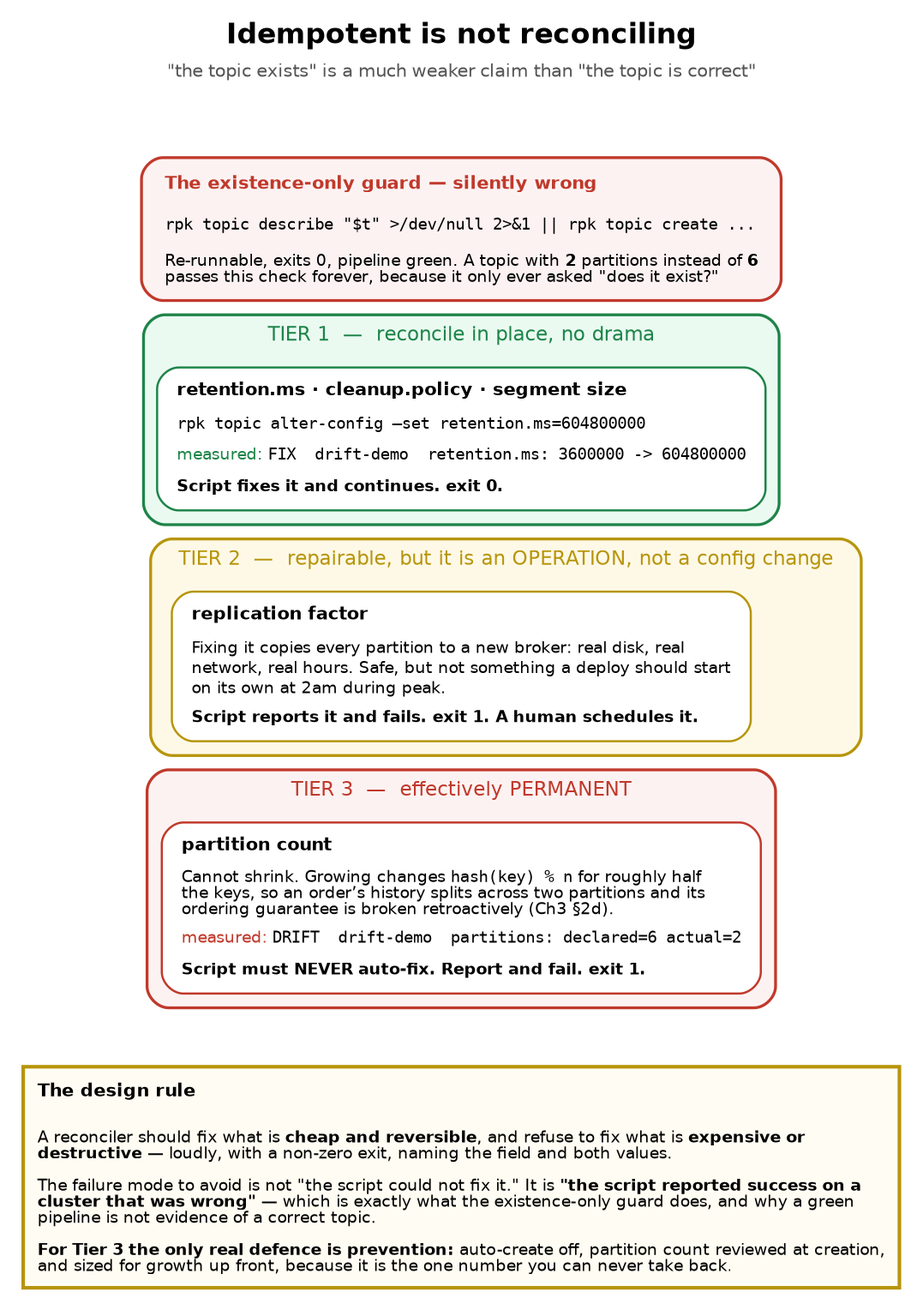
Above: education/images/ch04_fig3_drift_tiers.png in fiberoptix/home-lab-setup (Graphviz), before the change. Its source is kept beside it as education/diagrams/ch04_fig3_drift_tiers.dot. The source it was exported from:
```dot

digraph drift_tiers {
  rankdir=TB;
  bgcolor="white";
  node  [fontname="Helvetica", fontsize=10, shape=box, style="filled,rounded", penwidth=1.2];
  edge  [fontname="Helvetica", fontsize=9];
  graph [fontname="Helvetica", fontsize=11];

  title [shape=plaintext, style="", fillcolor="none", label=<
    <TABLE BORDER="0" CELLBORDER="0" CELLSPACING="0">
      <TR><TD><FONT POINT-SIZE="16"><B>Idempotent is not reconciling</B></FONT></TD></TR>
      <TR><TD><FONT POINT-SIZE="10" COLOR="#555555">"the topic exists" is a much weaker claim than "the topic is correct"</FONT></TD></TR>
    </TABLE>>];

  naive [fillcolor="#fdf2f2", color="#c0392b", penwidth=1.6, label=<
    <TABLE BORDER="0" CELLBORDER="0" CELLSPACING="0" CELLPADDING="5">
      <TR><TD ALIGN="LEFT" BALIGN="LEFT"><FONT COLOR="#c0392b"><B>The existence-only guard &#8212; silently wrong</B></FONT></TD></TR>
      <TR><TD ALIGN="LEFT" BALIGN="LEFT"><FONT FACE="Courier" POINT-SIZE="9">rpk topic describe "$t" &gt;/dev/null 2&gt;&amp;1 || rpk topic create ...</FONT></TD></TR>
      <TR><TD ALIGN="LEFT" BALIGN="LEFT"><FONT POINT-SIZE="9">Re-runnable, exits 0, pipeline green. A topic with <B>2</B> partitions instead of <B>6</B><BR/>passes this check forever, because it only ever asked "does it exist?"</FONT></TD></TR>
    </TABLE>>];

  subgraph cluster_t1 {
    label="  TIER 1  —  reconcile in place, no drama  ";
    style="filled,rounded"; fillcolor="#eafaf1"; color="#1e8449"; fontcolor="#1e8449"; penwidth=1.6;

    t1 [fillcolor="#ffffff", color="#1e8449", label=<
      <TABLE BORDER="0" CELLBORDER="0" CELLSPACING="0" CELLPADDING="3">
        <TR><TD ALIGN="LEFT" BALIGN="LEFT"><B>retention.ms &#183; cleanup.policy &#183; segment size</B></TD></TR>
        <TR><TD ALIGN="LEFT" BALIGN="LEFT"><FONT FACE="Courier" POINT-SIZE="9">rpk topic alter-config &#8212;set retention.ms=604800000</FONT></TD></TR>
        <TR><TD ALIGN="LEFT" BALIGN="LEFT"><FONT POINT-SIZE="9" COLOR="#1e8449">measured:</FONT> <FONT FACE="Courier" POINT-SIZE="9">FIX  drift-demo  retention.ms: 3600000 -&gt; 604800000</FONT></TD></TR>
        <TR><TD ALIGN="LEFT" BALIGN="LEFT"><FONT POINT-SIZE="9"><B>Script fixes it and continues. exit 0.</B></FONT></TD></TR>
      </TABLE>>];
  }

  subgraph cluster_t2 {
    label="  TIER 2  —  repairable, but it is an OPERATION, not a config change  ";
    style="filled,rounded"; fillcolor="#fef9e7"; color="#b7950b"; fontcolor="#b7950b"; penwidth=1.6;

    t2 [fillcolor="#ffffff", color="#b7950b", label=<
      <TABLE BORDER="0" CELLBORDER="0" CELLSPACING="0" CELLPADDING="3">
        <TR><TD ALIGN="LEFT" BALIGN="LEFT"><B>replication factor</B></TD></TR>
        <TR><TD ALIGN="LEFT" BALIGN="LEFT"><FONT POINT-SIZE="9">Fixing it copies every partition to a new broker: real disk, real<BR/>network, real hours. Safe, but not something a deploy should start<BR/>on its own at 2am during peak.</FONT></TD></TR>
        <TR><TD ALIGN="LEFT" BALIGN="LEFT"><FONT POINT-SIZE="9"><B>Script reports it and fails. exit 1. A human schedules it.</B></FONT></TD></TR>
      </TABLE>>];
  }

  subgraph cluster_t3 {
    label="  TIER 3  —  effectively PERMANENT  ";
    style="filled,rounded"; fillcolor="#fdf2f2"; color="#c0392b"; fontcolor="#c0392b"; penwidth=1.6;

    t3 [fillcolor="#ffffff", color="#c0392b", label=<
      <TABLE BORDER="0" CELLBORDER="0" CELLSPACING="0" CELLPADDING="3">
        <TR><TD ALIGN="LEFT" BALIGN="LEFT"><B>partition count</B></TD></TR>
        <TR><TD ALIGN="LEFT" BALIGN="LEFT"><FONT POINT-SIZE="9">Cannot shrink. Growing changes <FONT FACE="Courier">hash(key) % n</FONT> for roughly half<BR/>the keys, so an order&#8217;s history splits across two partitions and its<BR/>ordering guarantee is broken retroactively (Ch3 &#167;2d).</FONT></TD></TR>
        <TR><TD ALIGN="LEFT" BALIGN="LEFT"><FONT POINT-SIZE="9" COLOR="#c0392b">measured:</FONT> <FONT FACE="Courier" POINT-SIZE="9">DRIFT  drift-demo  partitions: declared=6 actual=2</FONT></TD></TR>
        <TR><TD ALIGN="LEFT" BALIGN="LEFT"><FONT POINT-SIZE="9"><B>Script must NEVER auto-fix. Report and fail. exit 1.</B></FONT></TD></TR>
      </TABLE>>];
  }

  naive -> t1 [style=invis];
  t1 -> t2 [style=invis];
  t2 -> t3 [style=invis];

  rule [shape=plaintext, style="", fillcolor="none", label=<
    <TABLE BORDER="2" CELLBORDER="0" CELLSPACING="0" CELLPADDING="7" COLOR="#b7950b" BGCOLOR="#fffdf3">
      <TR><TD ALIGN="LEFT" BALIGN="LEFT"><B>The design rule</B></TD></TR>
      <TR><TD ALIGN="LEFT" BALIGN="LEFT"><FONT POINT-SIZE="9">A reconciler should fix what is <B>cheap and reversible</B>, and refuse to fix what is <B>expensive or<BR/>destructive</B> &#8212; loudly, with a non-zero exit, naming the field and both values.<BR/><BR/>The failure mode to avoid is not "the script could not fix it." It is <B>"the script reported success on a<BR/>cluster that was wrong"</B> &#8212; which is exactly what the existence-only guard does, and why a green<BR/>pipeline is not evidence of a correct topic.<BR/><BR/><B>For Tier 3 the only real defence is prevention:</B> auto-create off, partition count reviewed at creation,<BR/>and sized for growth up front, because it is the one number you can never take back.</FONT></TD></TR>
    </TABLE>>];

  t3 -> rule [style=invis];
  title -> naive [style=invis];
}
```
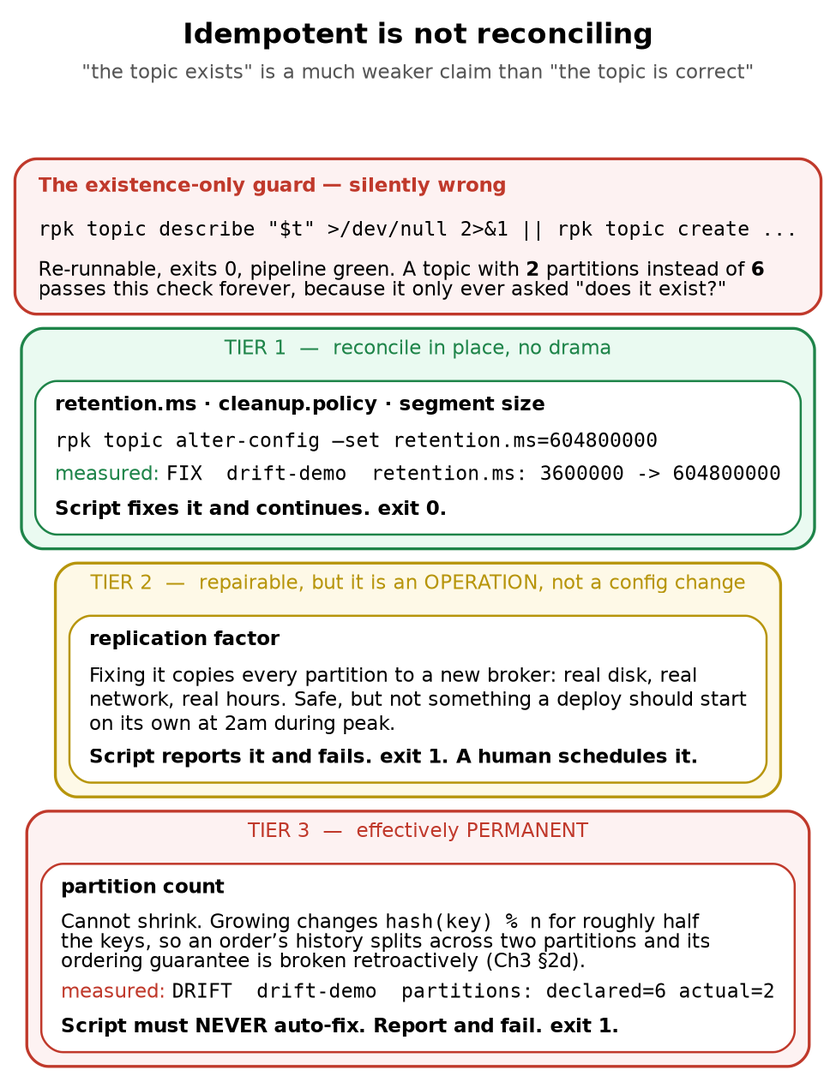
After the change.

Change to the diagram source:
```diff
@@ -2,21 +2,21 @@
 digraph drift_tiers {
   rankdir=TB;
   bgcolor="white";
-  node  [fontname="Helvetica", fontsize=10, shape=box, style="filled,rounded", penwidth=1.2];
-  edge  [fontname="Helvetica", fontsize=9];
+  node  [fontname="Helvetica", fontsize=11, shape=box, style="filled,rounded", penwidth=1.2];
+  edge  [fontname="Helvetica", fontsize=11];
   graph [fontname="Helvetica", fontsize=11];
 
   title [shape=plaintext, style="", fillcolor="none", label=<
     <TABLE BORDER="0" CELLBORDER="0" CELLSPACING="0">
       <TR><TD><FONT POINT-SIZE="16"><B>Idempotent is not reconciling</B></FONT></TD></TR>
-      <TR><TD><FONT POINT-SIZE="10" COLOR="#555555">"the topic exists" is a much weaker claim than "the topic is correct"</FONT></TD></TR>
+      <TR><TD><FONT POINT-SIZE="11" COLOR="#555555">"the topic exists" is a much weaker claim than "the topic is correct"</FONT></TD></TR>
     </TABLE>>];
 
   naive [fillcolor="#fdf2f2", color="#c0392b", penwidth=1.6, label=<
     <TABLE BORDER="0" CELLBORDER="0" CELLSPACING="0" CELLPADDING="5">
       <TR><TD ALIGN="LEFT" BALIGN="LEFT"><FONT COLOR="#c0392b"><B>The existence-only guard &#8212; silently wrong</B></FONT></TD></TR>
-      <TR><TD ALIGN="LEFT" BALIGN="LEFT"><FONT FACE="Courier" POINT-SIZE="9">rpk topic describe "$t" &gt;/dev/null 2&gt;&amp;1 || rpk topic create ...</FONT></TD></TR>
-      <TR><TD ALIGN="LEFT" BALIGN="LEFT"><FONT POINT-SIZE="9">Re-runnable, exits 0, pipeline green. A topic with <B>2</B> partitions instead of <B>6</B><BR/>passes this check forever, because it only ever asked "does it exist?"</FONT></TD></TR>
+      <TR><TD ALIGN="LEFT" BALIGN="LEFT"><FONT FACE="Courier" POINT-SIZE="11">rpk topic describe "$t" &gt;/dev/null 2&gt;&amp;1 || rpk topic create ...</FONT></TD></TR>
+      <TR><TD ALIGN="LEFT" BALIGN="LEFT"><FONT POINT-SIZE="11">Re-runnable, exits 0, pipeline green. A topic with <B>2</B> partitions instead of <B>6</B><BR/>passes this check forever, because it only ever asked "does it exist?"</FONT></TD></TR>
     </TABLE>>];
 
   subgraph cluster_t1 {
@@ -26,9 +26,9 @@
     t1 [fillcolor="#ffffff", color="#1e8449", label=<
       <TABLE BORDER="0" CELLBORDER="0" CELLSPACING="0" CELLPADDING="3">
         <TR><TD ALIGN="LEFT" BALIGN="LEFT"><B>retention.ms &#183; cleanup.policy &#183; segment size</B></TD></TR>
-        <TR><TD ALIGN="LEFT" BALIGN="LEFT"><FONT FACE="Courier" POINT-SIZE="9">rpk topic alter-config &#8212;set retention.ms=604800000</FONT></TD></TR>
-        <TR><TD ALIGN="LEFT" BALIGN="LEFT"><FONT POINT-SIZE="9" COLOR="#1e8449">measured:</FONT> <FONT FACE="Courier" POINT-SIZE="9">FIX  drift-demo  retention.ms: 3600000 -&gt; 604800000</FONT></TD></TR>
-        <TR><TD ALIGN="LEFT" BALIGN="LEFT"><FONT POINT-SIZE="9"><B>Script fixes it and continues. exit 0.</B></FONT></TD></TR>
+        <TR><TD ALIGN="LEFT" BALIGN="LEFT"><FONT FACE="Courier" POINT-SIZE="11">rpk topic alter-config &#8212;set retention.ms=604800000</FONT></TD></TR>
+        <TR><TD ALIGN="LEFT" BALIGN="LEFT"><FONT POINT-SIZE="11" COLOR="#1e8449">measured:</FONT> <FONT FACE="Courier" POINT-SIZE="11">FIX  drift-demo  retention.ms: 3600000 -&gt; 604800000</FONT></TD></TR>
+        <TR><TD ALIGN="LEFT" BALIGN="LEFT"><FONT POINT-SIZE="11"><B>Script fixes it and continues. exit 0.</B></FONT></TD></TR>
       </TABLE>>];
   }
 
@@ -39,8 +39,8 @@
     t2 [fillcolor="#ffffff", color="#b7950b", label=<
       <TABLE BORDER="0" CELLBORDER="0" CELLSPACING="0" CELLPADDING="3">
         <TR><TD ALIGN="LEFT" BALIGN="LEFT"><B>replication factor</B></TD></TR>
-        <TR><TD ALIGN="LEFT" BALIGN="LEFT"><FONT POINT-SIZE="9">Fixing it copies every partition to a new broker: real disk, real<BR/>network, real hours. Safe, but not something a deploy should start<BR/>on its own at 2am during peak.</FONT></TD></TR>
-        <TR><TD ALIGN="LEFT" BALIGN="LEFT"><FONT POINT-SIZE="9"><B>Script reports it and fails. exit 1. A human schedules it.</B></FONT></TD></TR>
+        <TR><TD ALIGN="LEFT" BALIGN="LEFT"><FONT POINT-SIZE="11">Fixing it copies every partition to a new broker: real disk, real<BR/>network, real hours. Safe, but not something a deploy should start<BR/>on its own at 2am during peak.</FONT></TD></TR>
+        <TR><TD ALIGN="LEFT" BALIGN="LEFT"><FONT POINT-SIZE="11"><B>Script reports it and fails. exit 1. A human schedules it.</B></FONT></TD></TR>
       </TABLE>>];
   }
 
@@ -51,9 +51,9 @@
     t3 [fillcolor="#ffffff", color="#c0392b", label=<
       <TABLE BORDER="0" CELLBORDER="0" CELLSPACING="0" CELLPADDING="3">
         <TR><TD ALIGN="LEFT" BALIGN="LEFT"><B>partition count</B></TD></TR>
-        <TR><TD ALIGN="LEFT" BALIGN="LEFT"><FONT POINT-SIZE="9">Cannot shrink. Growing changes <FONT FACE="Courier">hash(key) % n</FONT> for roughly half<BR/>the keys, so an order&#8217;s history splits across two partitions and its<BR/>ordering guarantee is broken retroactively (Ch3 &#167;2d).</FONT></TD></TR>
-        <TR><TD ALIGN="LEFT" BALIGN="LEFT"><FONT POINT-SIZE="9" COLOR="#c0392b">measured:</FONT> <FONT FACE="Courier" POINT-SIZE="9">DRIFT  drift-demo  partitions: declared=6 actual=2</FONT></TD></TR>
-        <TR><TD ALIGN="LEFT" BALIGN="LEFT"><FONT POINT-SIZE="9"><B>Script must NEVER auto-fix. Report and fail. exit 1.</B></FONT></TD></TR>
+        <TR><TD ALIGN="LEFT" BALIGN="LEFT"><FONT POINT-SIZE="11">Cannot shrink. Growing changes <FONT FACE="Courier">hash(key) % n</FONT> for roughly half<BR/>the keys, so an order&#8217;s history splits across two partitions and its<BR/>ordering guarantee is broken retroactively (Ch3 &#167;2d).</FONT></TD></TR>
+        <TR><TD ALIGN="LEFT" BALIGN="LEFT"><FONT POINT-SIZE="11" COLOR="#c0392b">measured:</FONT> <FONT FACE="Courier" POINT-SIZE="11">DRIFT  drift-demo  partitions: declared=6 actual=2</FONT></TD></TR>
+        <TR><TD ALIGN="LEFT" BALIGN="LEFT"><FONT POINT-SIZE="11"><B>Script must NEVER auto-fix. Report and fail. exit 1.</B></FONT></TD></TR>
       </TABLE>>];
   }
 
@@ -61,12 +61,5 @@
   t1 -> t2 [style=invis];
   t2 -> t3 [style=invis];
 
-  rule [shape=plaintext, style="", fillcolor="none", label=<
-    <TABLE BORDER="2" CELLBORDER="0" CELLSPACING="0" CELLPADDING="7" COLOR="#b7950b" BGCOLOR="#fffdf3">
-      <TR><TD ALIGN="LEFT" BALIGN="LEFT"><B>The design rule</B></TD></TR>
-      <TR><TD ALIGN="LEFT" BALIGN="LEFT"><FONT POINT-SIZE="9">A reconciler should fix what is <B>cheap and reversible</B>, and refuse to fix what is <B>expensive or<BR/>destructive</B> &#8212; loudly, with a non-zero exit, naming the field and both values.<BR/><BR/>The failure mode to avoid is not "the script could not fix it." It is <B>"the script reported success on a<BR/>cluster that was wrong"</B> &#8212; which is exactly what the existence-only guard does, and why a green<BR/>pipeline is not evidence of a correct topic.<BR/><BR/><B>For Tier 3 the only real defence is prevention:</B> auto-create off, partition count reviewed at creation,<BR/>and sized for growth up front, because it is the one number you can never take back.</FONT></TD></TR>
-    </TABLE>>];
-
-  t3 -> rule [style=invis];
   title -> naive [style=invis];
 }
```
